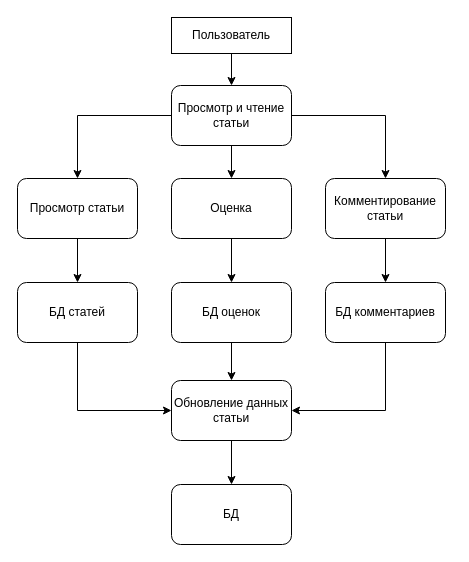
This is потоков.drawio from Tunez666/hsr, a draw.io file, before an edit. Source tidied: cells renumbered, new cells numbered last; positions are measured from the earlier drawing's top-left corner, leaving out a move shared by most shapes. Both pictures are drawn from the tidied source at 100%, with x=0, y=0 at pixel (17, 17).
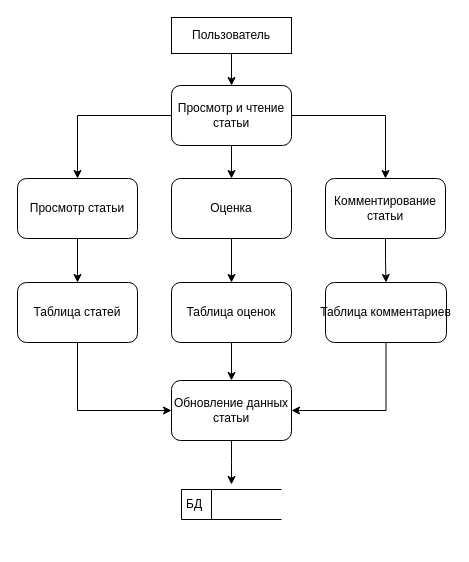
Above is the later version.

The change refers to these unchanged cells:
```xml
<mxCell id="21" value="Обновление данных статьи" style="rounded=1;whiteSpace=wrap;html=1;" parent="1" vertex="1">
  <mxGeometry x="154" y="363" width="120" height="60" as="geometry" />
</mxCell>
```

Change to the diagram source:
```diff
@@
-    <mxCell id="15" value="БД статей" style="rounded=1;whiteSpace=wrap;html=1;" parent="1" vertex="1">
+    <mxCell id="15" value="Таблица статей" style="rounded=1;whiteSpace=wrap;html=1;" parent="1" vertex="1">
       <mxGeometry y="265" width="120" height="60" as="geometry" />
     </mxCell>
@@
-    <mxCell id="17" value="БД оценок" style="rounded=1;whiteSpace=wrap;html=1;" parent="1" vertex="1">
+    <mxCell id="17" value="Таблица&amp;nbsp;оценок" style="rounded=1;whiteSpace=wrap;html=1;" parent="1" vertex="1">
       <mxGeometry x="154" y="265" width="120" height="60" as="geometry" />
     </mxCell>
@@
-    <mxCell id="19" value="БД комментариев" style="rounded=1;whiteSpace=wrap;html=1;" parent="1" vertex="1">
-      <mxGeometry x="308" y="265" width="120" height="60" as="geometry" />
+    <mxCell id="19" value="Таблица&amp;nbsp;комментариев" style="rounded=1;whiteSpace=wrap;html=1;" parent="1" vertex="1">
+      <mxGeometry x="308" y="265" width="121" height="60" as="geometry" />
     </mxCell>
-    <mxCell id="20" style="edgeStyle=orthogonalEdgeStyle;rounded=0;jettySize=auto;html=1;entryX=0.5;entryY=0;entryDx=0;entryDy=0;" parent="1" edge="1" source="21" target="22">
-      <mxGeometry relative="1" as="geometry" />
+    <mxCell id="20" style="edgeStyle=orthogonalEdgeStyle;rounded=0;jettySize=auto;html=1;entryX=0.5;entryY=0;entryDx=0;entryDy=0;" parent="1" edge="1" source="21">
+      <mxGeometry relative="1" as="geometry">
+        <mxPoint x="214" y="467" as="targetPoint" />
+      </mxGeometry>
     </mxCell>
@@
-    <mxCell id="22" value="БД" style="rounded=1;whiteSpace=wrap;html=1;" parent="1" vertex="1">
-      <mxGeometry x="154" y="467" width="120" height="60" as="geometry" />
+    <mxCell id="22" value="БД&amp;nbsp;" style="html=1;dashed=0;whiteSpace=wrap;shape=mxgraph.dfd.dataStoreID;align=left;spacingLeft=3;points=[[0,0],[0.5,0],[1,0],[0,0.5],[1,0.5],[0,1],[0.5,1],[1,1]];" parent="1" vertex="1">
+      <mxGeometry x="164" y="472" width="100" height="30" as="geometry" />
     </mxCell>
```
